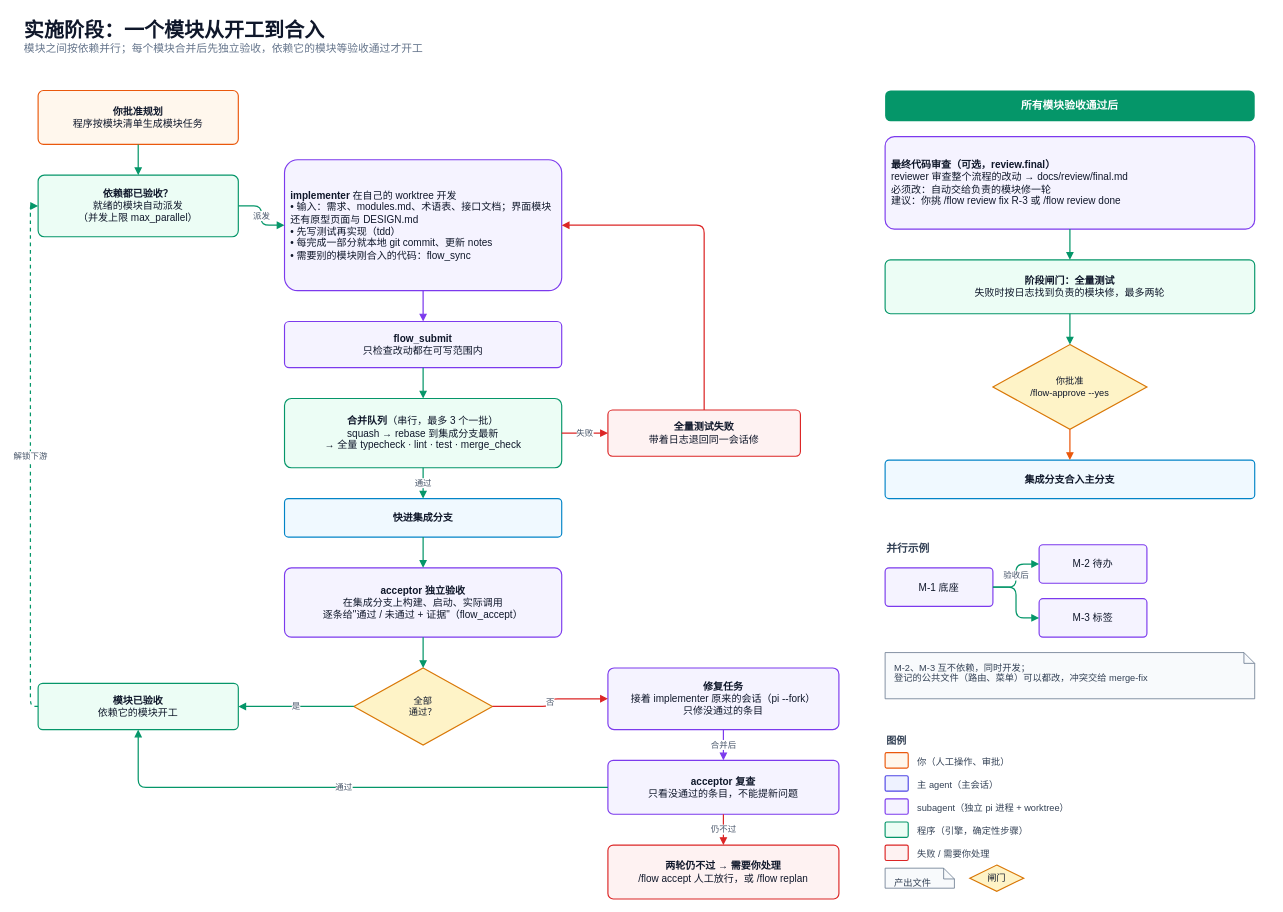
Above: page "4 实施：模块的生命周期" (4 of 6) of docs/pi-flow.drawio in M2tHane/pi-flow (draw.io), before the change. Source tidied: cells renumbered, new cells numbered last; positions are measured from the earlier drawing's top-left corner, leaving out a move shared by most shapes. Both pictures are drawn from the tidied source at 77%, with x=0, y=0 at pixel (22, 13).
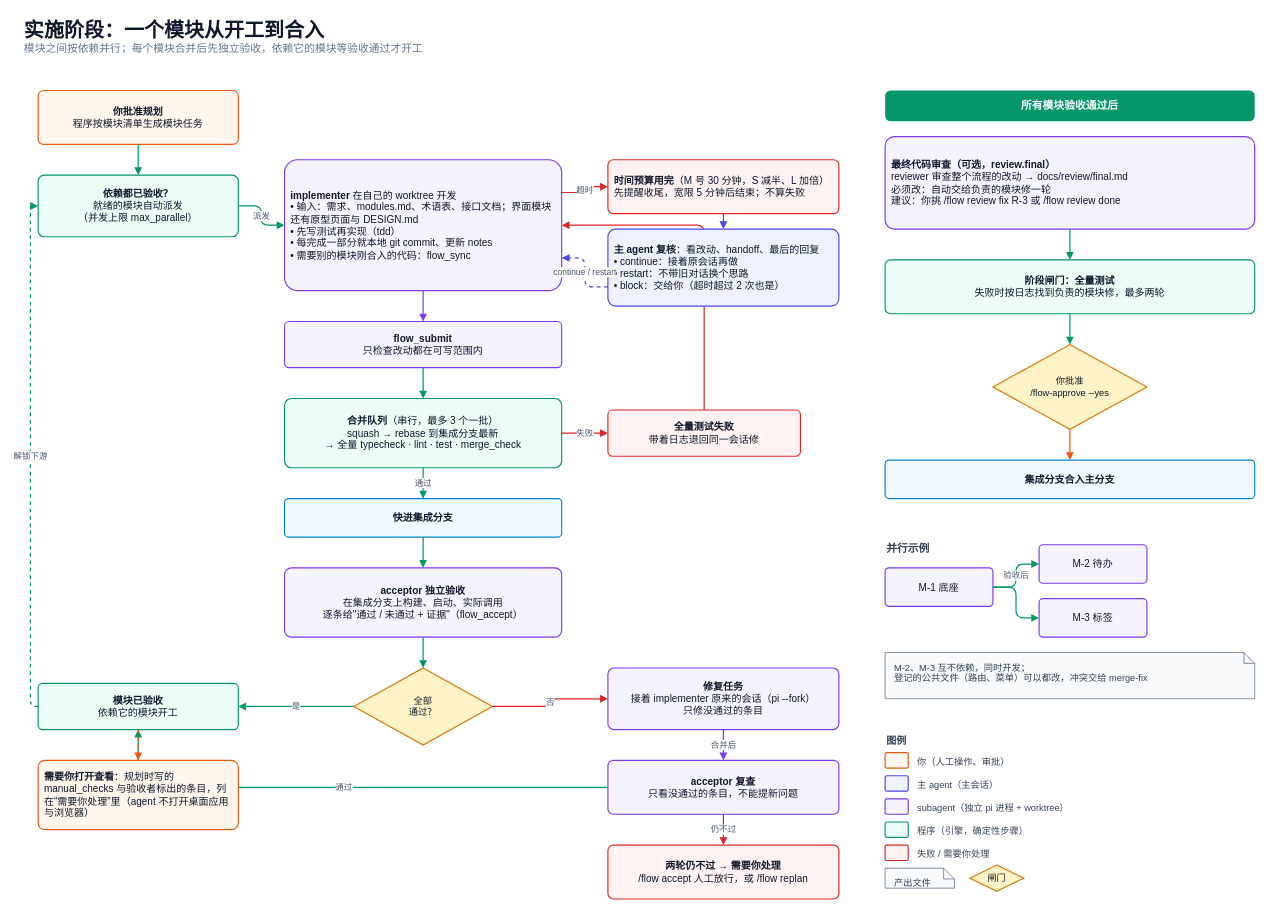
The same page after the edit.

Unchanged cells that the change refers to:
```xml
<mxCell id="5" value="&lt;b&gt;implementer&lt;/b&gt; 在自己的 worktree 开发&lt;br&gt;• 输入：需求、modules.md、术语表、接口文档；界面模块还有原型页面与 DESIGN.md&lt;br&gt;• 先写测试再实现（tdd）&lt;br&gt;• 每完成一部分就本地 git commit、更新 notes&lt;br&gt;• 需要别的模块刚合入的代码：flow_sync" style="rounded=1;whiteSpace=wrap;html=1;arcSize=10;fillColor=#F5F3FF;strokeColor=#7C3AED;strokeWidth=1.5;fontSize=13;fontColor=#0F172A;spacing=8;fontFamily=Helvetica;align=left;" parent="1" vertex="1">
  <mxGeometry x="340" y="190" width="360" height="170" as="geometry" />
</mxCell>
<mxCell id="12" value="&lt;b&gt;模块已验收&lt;/b&gt;&lt;br&gt;依赖它的模块开工" style="rounded=1;whiteSpace=wrap;html=1;arcSize=10;fillColor=#ECFDF5;strokeColor=#059669;strokeWidth=1.5;fontSize=13;fontColor=#0F172A;spacing=8;fontFamily=Helvetica;" parent="1" vertex="1">
  <mxGeometry x="20" y="870" width="260" height="60" as="geometry" />
</mxCell>
```

The edit, as a diff of the source:
```diff
@@
+    <mxCell id="59" value="&lt;b&gt;时间预算用完&lt;/b&gt;（M 号 30 分钟，S 减半、L 加倍）&lt;br&gt;先提醒收尾，宽限 5 分钟后结束；不算失败" style="rounded=1;whiteSpace=wrap;html=1;arcSize=10;fillColor=#FEF2F2;strokeColor=#DC2626;strokeWidth=1.5;fontSize=13;fontColor=#0F172A;spacing=8;fontFamily=Helvetica;align=left;" parent="1" vertex="1">
+      <mxGeometry x="760" y="190" width="300" height="70" as="geometry" />
+    </mxCell>
+    <mxCell id="60" value="&lt;b&gt;主 agent 复核&lt;/b&gt;：看改动、handoff、最后的回复&lt;br&gt;• continue：接着原会话再做&lt;br&gt;• restart：不带旧对话换个思路&lt;br&gt;• block：交给你（超时超过 2 次也是）" style="rounded=1;whiteSpace=wrap;html=1;arcSize=10;fillColor=#EEF2FF;strokeColor=#4F46E5;strokeWidth=1.5;fontSize=13;fontColor=#0F172A;spacing=8;fontFamily=Helvetica;align=left;" parent="1" vertex="1">
+      <mxGeometry x="760" y="280" width="300" height="100" as="geometry" />
+    </mxCell>
+    <mxCell id="61" value="超时" style="edgeStyle=orthogonalEdgeStyle;rounded=1;html=1;endArrow=block;endFill=1;strokeWidth=1.6;strokeColor=#DC2626;fontSize=11;fontColor=#475569;labelBackgroundColor=#FFFFFF;fontFamily=Helvetica;exitX=1;exitY=0.25;entryX=0;entryY=0.5;" parent="1" edge="1" source="5" target="59">
+      <mxGeometry relative="1" as="geometry" />
+    </mxCell>
+    <mxCell id="62" style="edgeStyle=orthogonalEdgeStyle;rounded=1;html=1;endArrow=block;endFill=1;strokeWidth=1.6;strokeColor=#4F46E5;fontSize=11;fontColor=#475569;labelBackgroundColor=#FFFFFF;fontFamily=Helvetica;" parent="1" edge="1" source="59" target="60">
+      <mxGeometry relative="1" as="geometry" />
+    </mxCell>
+    <mxCell id="63" value="continue / restart" style="edgeStyle=orthogonalEdgeStyle;rounded=1;html=1;endArrow=block;endFill=1;strokeWidth=1.6;strokeColor=#4F46E5;fontSize=11;fontColor=#475569;labelBackgroundColor=#FFFFFF;fontFamily=Helvetica;dashed=1;exitX=0;exitY=0.75;entryX=1;entryY=0.75;" parent="1" edge="1" source="60" target="5">
+      <mxGeometry relative="1" as="geometry" />
+    </mxCell>
+    <mxCell id="64" value="&lt;b&gt;需要你打开查看&lt;/b&gt;：规划时写的 manual_checks 与验收者标出的条目，列在“需要你处理”里（agent 不打开桌面应用与浏览器）" style="rounded=1;whiteSpace=wrap;html=1;arcSize=10;fillColor=#FFF7ED;strokeColor=#EA580C;strokeWidth=1.5;fontSize=13;fontColor=#0F172A;spacing=8;fontFamily=Helvetica;align=left;" parent="1" vertex="1">
+      <mxGeometry x="20" y="970" width="260" height="90" as="geometry" />
+    </mxCell>
+    <mxCell id="65" style="edgeStyle=orthogonalEdgeStyle;rounded=1;html=1;endArrow=block;endFill=1;strokeWidth=1.6;strokeColor=#EA580C;fontSize=11;fontColor=#475569;labelBackgroundColor=#FFFFFF;fontFamily=Helvetica;dashed=1;" parent="1" edge="1" source="12" target="64">
+      <mxGeometry relative="1" as="geometry" />
+    </mxCell>
```
